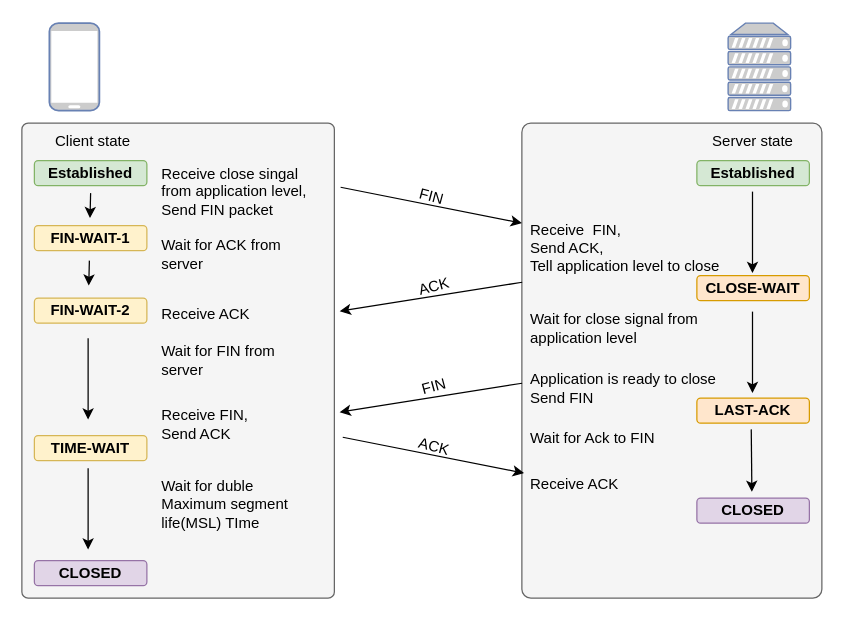
Above: status-tcp-connection.drawio in baoqger/drawing.io (draw.io), before the change. Source tidied: cells renumbered, new cells numbered last; positions are measured from the earlier drawing's top-left corner, leaving out a move shared by most shapes. Both pictures are drawn from the tidied source at 125%, with x=0, y=0 at pixel (21, 22).
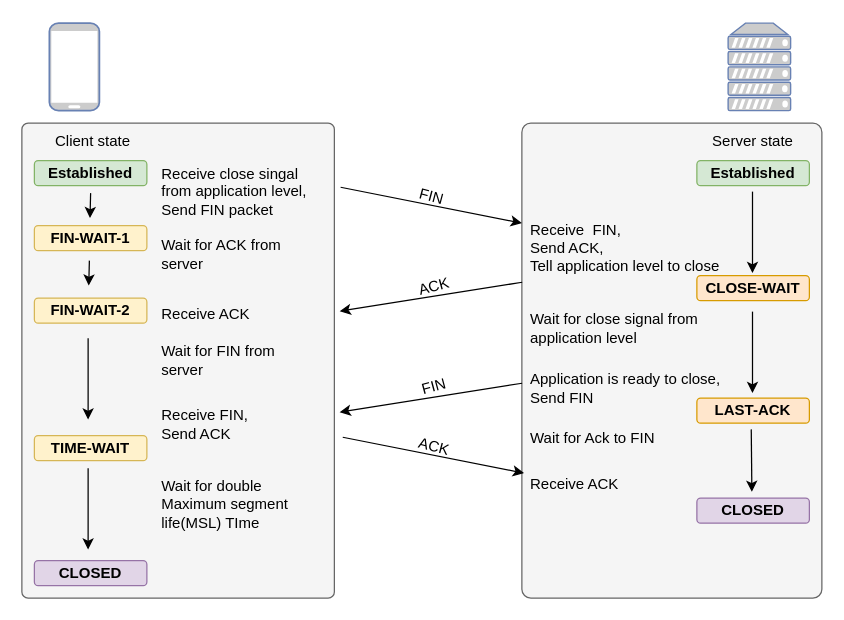
After the change.

Diff of the diagram source:
```diff
@@
-    <mxCell id="37" value="Application is ready to close&lt;br&gt;Send FIN" style="text;html=1;strokeColor=none;fillColor=none;align=left;verticalAlign=middle;whiteSpace=wrap;rounded=0;" parent="1" vertex="1">
+    <mxCell id="37" value="Application is ready to close,&lt;br&gt;Send FIN" style="text;html=1;strokeColor=none;fillColor=none;align=left;verticalAlign=middle;whiteSpace=wrap;rounded=0;" parent="1" vertex="1">
       <mxGeometry x="405" y="270" width="160" height="44" as="geometry" />
     </mxCell>
@@
-    <mxCell id="39" value="Wait for duble Maximum segment life(MSL) TIme&lt;br&gt;&lt;div&gt;&lt;/div&gt;" style="text;html=1;strokeColor=none;fillColor=none;align=left;verticalAlign=middle;whiteSpace=wrap;rounded=0;" parent="1" vertex="1">
+    <mxCell id="39" value="Wait for double Maximum segment life(MSL) TIme&lt;br&gt;&lt;div&gt;&lt;/div&gt;" style="text;html=1;strokeColor=none;fillColor=none;align=left;verticalAlign=middle;whiteSpace=wrap;rounded=0;" parent="1" vertex="1">
       <mxGeometry x="110" y="370" width="120" height="30" as="geometry" />
     </mxCell>
```
